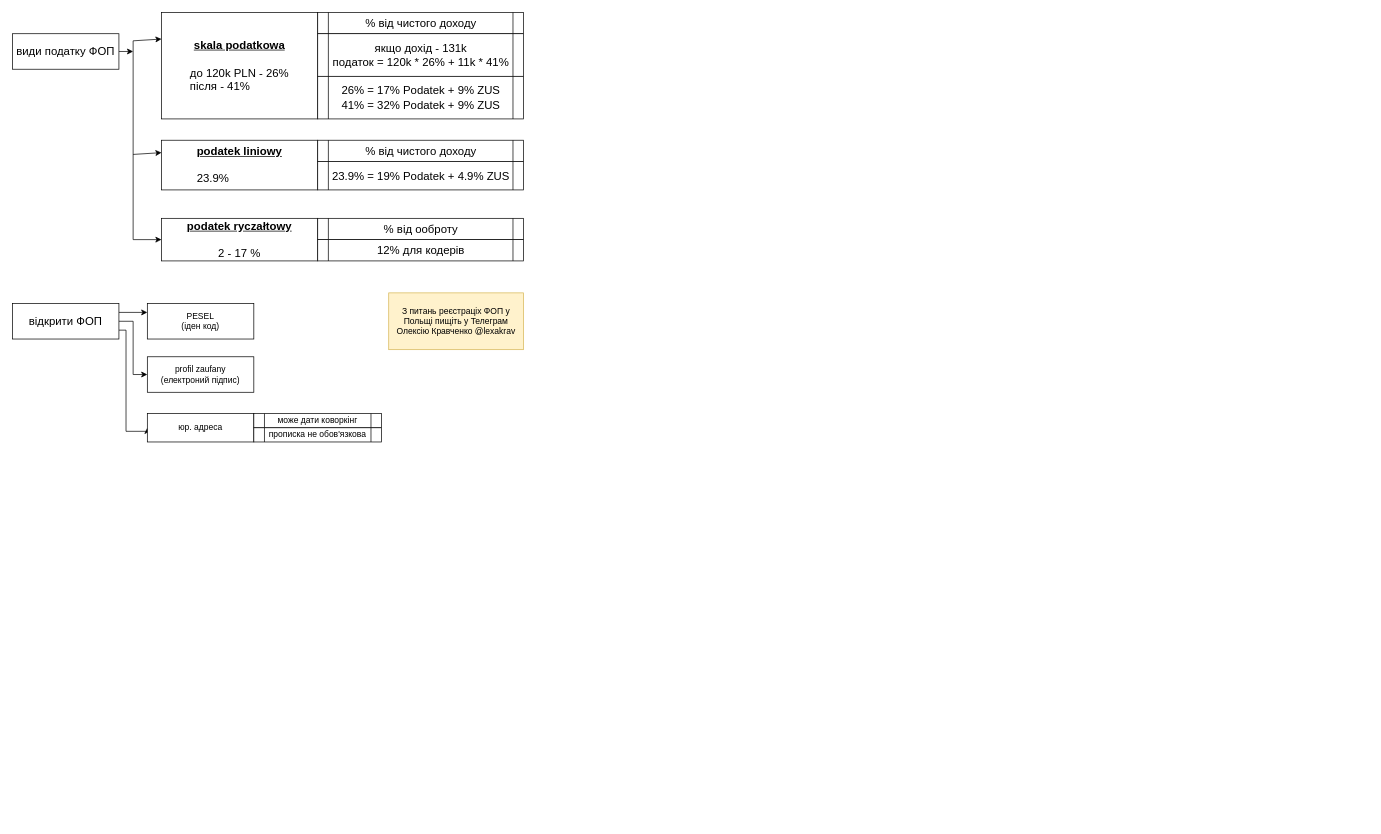
Earlier version of the draw.io diagram Untitled Diagram.drawio (AndreTeros/polish). Source tidied: cells renumbered, new cells numbered last; positions are measured from the earlier drawing's top-left corner, leaving out a move shared by most shapes. Both pictures are drawn from the tidied source at 71%, with x=0, y=0 at pixel (12, 12).
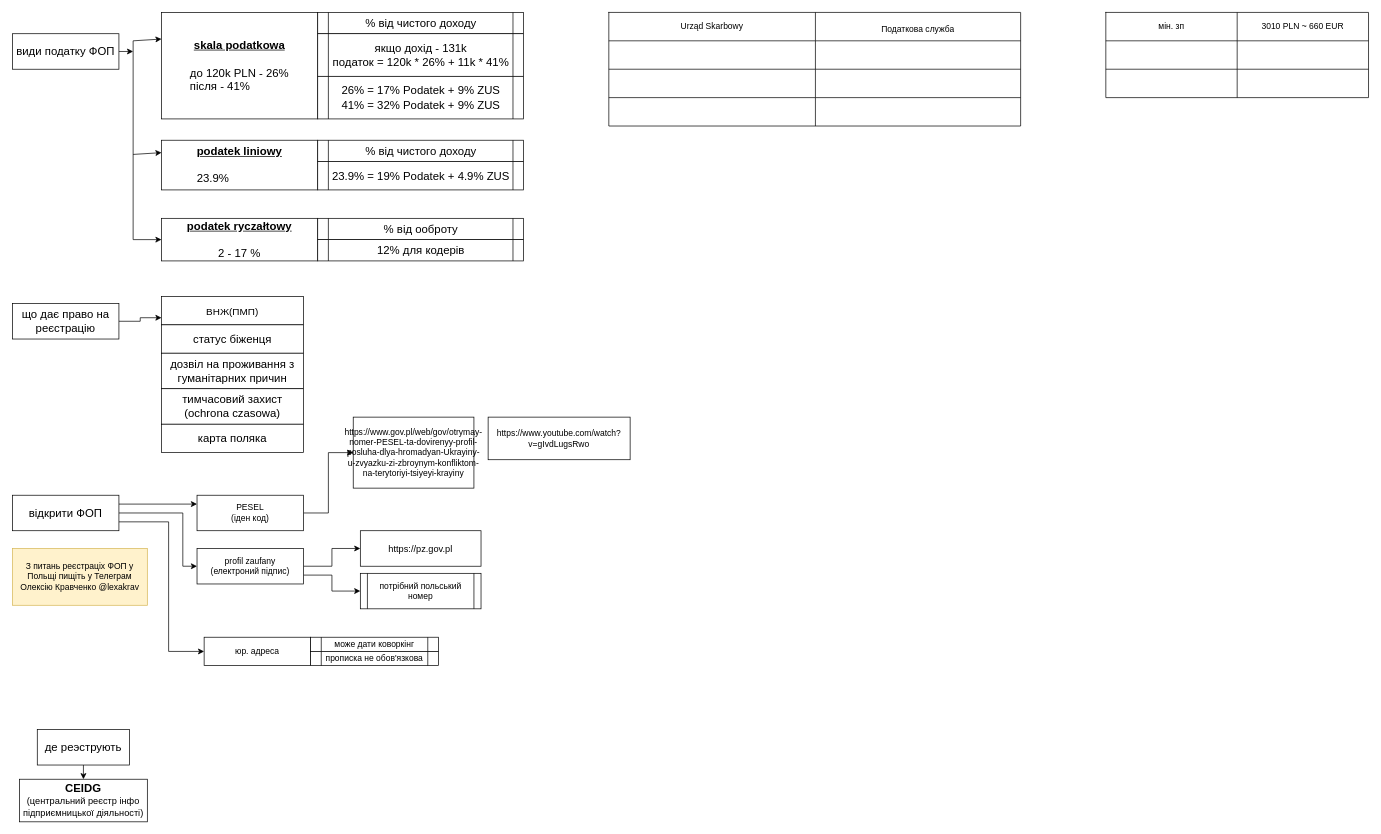
Above is the later version.

What changed in the source:
```diff
@@
     <mxCell id="19" style="edgeStyle=orthogonalEdgeStyle;rounded=0;jettySize=auto;html=1;exitX=1;exitY=0.5;exitDx=0;exitDy=0;entryX=0;entryY=0.5;entryDx=0;entryDy=0;" parent="1" edge="1" source="21" target="23">
-      <mxGeometry relative="1" as="geometry" />
+      <mxGeometry relative="1" as="geometry">
+        <Array as="points">
+          <mxPoint x="240" y="705" />
+          <mxPoint x="240" y="780" />
+        </Array>
+      </mxGeometry>
     </mxCell>
     <mxCell id="20" style="edgeStyle=orthogonalEdgeStyle;rounded=0;jettySize=auto;html=1;exitX=1;exitY=0.75;exitDx=0;exitDy=0;entryX=0;entryY=0.5;entryDx=0;entryDy=0;" parent="1" edge="1" source="21" target="24">
       <mxGeometry relative="1" as="geometry">
         <Array as="points">
-          <mxPoint x="160" y="448" />
-          <mxPoint x="160" y="590" />
+          <mxPoint x="220" y="718" />
+          <mxPoint x="220" y="900" />
         </Array>
       </mxGeometry>
     </mxCell>
     <mxCell id="21" value="&lt;div&gt;&lt;font style=&quot;font-size: 16px;&quot;&gt;відкрити ФОП&lt;/font&gt;&lt;/div&gt;" style="rounded=0;whiteSpace=wrap;html=1;" parent="1" vertex="1">
-      <mxGeometry y="410" width="150" height="50" as="geometry" />
+      <mxGeometry y="680" width="150" height="50" as="geometry" />
     </mxCell>
+    <mxCell id="28" style="edgeStyle=orthogonalEdgeStyle;rounded=0;jettySize=auto;html=1;exitX=1;exitY=0.5;exitDx=0;exitDy=0;entryX=0;entryY=0.5;entryDx=0;entryDy=0;" parent="1" edge="1" source="22" target="65">
+      <mxGeometry relative="1" as="geometry" />
+    </mxCell>
     <mxCell id="22" value="&lt;div&gt;PESEL&lt;/div&gt;(іден код)" style="rounded=0;whiteSpace=wrap;html=1;" parent="1" vertex="1">
-      <mxGeometry x="190" y="410" width="150" height="50" as="geometry" />
+      <mxGeometry x="260" y="680" width="150" height="50" as="geometry" />
     </mxCell>
+    <mxCell id="29" style="edgeStyle=orthogonalEdgeStyle;rounded=0;jettySize=auto;html=1;exitX=1;exitY=0.5;exitDx=0;exitDy=0;entryX=0;entryY=0.5;entryDx=0;entryDy=0;" parent="1" edge="1" source="23" target="34">
+      <mxGeometry relative="1" as="geometry" />
+    </mxCell>
+    <mxCell id="30" style="edgeStyle=orthogonalEdgeStyle;rounded=0;jettySize=auto;html=1;exitX=1;exitY=0.75;exitDx=0;exitDy=0;entryX=0;entryY=0.5;entryDx=0;entryDy=0;" parent="1" edge="1" source="23" target="67">
+      <mxGeometry relative="1" as="geometry" />
+    </mxCell>
     <mxCell id="23" value="&lt;div&gt;profil zaufany&lt;/div&gt;(електроний підпис)" style="rounded=0;whiteSpace=wrap;html=1;" parent="1" vertex="1">
-      <mxGeometry x="190" y="485" width="150" height="50" as="geometry" />
+      <mxGeometry x="260" y="755" width="150" height="50" as="geometry" />
     </mxCell>
     <mxCell id="24" value="юр. адреса" style="rounded=0;whiteSpace=wrap;html=1;" parent="1" vertex="1">
-      <mxGeometry x="190" y="565" width="150" height="40" as="geometry" />
+      <mxGeometry x="270" y="880" width="150" height="40" as="geometry" />
     </mxCell>
     <mxCell id="25" value="може дати коворкінг" style="shape=process;whiteSpace=wrap;html=1;backgroundOutline=1;size=0.08333333333333333;" parent="1" vertex="1">
-      <mxGeometry x="340" y="565" width="180" height="20" as="geometry" />
+      <mxGeometry x="420" y="880" width="180" height="20" as="geometry" />
     </mxCell>
     <mxCell id="26" value="прописка не обов'язкова" style="shape=process;whiteSpace=wrap;html=1;backgroundOutline=1;size=0.08333333333333333;" parent="1" vertex="1">
-      <mxGeometry x="340" y="585" width="180" height="20" as="geometry" />
+      <mxGeometry x="420" y="900" width="180" height="20" as="geometry" />
     </mxCell>
     <mxCell id="27" value="&lt;span class=&quot;style-scope yt-formatted-string&quot; dir=&quot;auto&quot;&gt;З питань реєстраціх ФОП у Польщі пищіть у Телеграм Олексію Кравченко @lexakrav&lt;/span&gt;" style="rounded=0;whiteSpace=wrap;html=1;fillColor=#fff2cc;strokeColor=#d6b656;" parent="1" vertex="1">
-      <mxGeometry x="530" y="395" width="190" height="80" as="geometry" />
+      <mxGeometry y="755" width="190" height="80" as="geometry" />
     </mxCell>
+    <mxCell id="31" style="edgeStyle=orthogonalEdgeStyle;rounded=0;jettySize=auto;html=1;exitX=0.5;exitY=1;exitDx=0;exitDy=0;entryX=0.5;entryY=0;entryDx=0;entryDy=0;fontSize=13;" parent="1" edge="1" source="32" target="33">
+      <mxGeometry relative="1" as="geometry" />
+    </mxCell>
+    <mxCell id="32" value="&lt;div&gt;&lt;font style=&quot;font-size: 16px;&quot;&gt;де реэструють&lt;br&gt;&lt;/font&gt;&lt;/div&gt;" style="rounded=0;whiteSpace=wrap;html=1;" parent="1" vertex="1">
+      <mxGeometry x="35" y="1010" width="130" height="50" as="geometry" />
+    </mxCell>
+    <mxCell id="33" value="&lt;div&gt;&lt;b&gt;&lt;font style=&quot;font-size: 16px;&quot;&gt;CEIDG&lt;/font&gt;&lt;/b&gt;&lt;/div&gt;&lt;div style=&quot;font-size: 13px;&quot;&gt;&lt;font style=&quot;font-size: 13px;&quot;&gt;(центральний реєстр інфо підприємницької діяльності)&lt;/font&gt;&lt;b&gt;&lt;font style=&quot;font-size: 16px;&quot;&gt;&lt;br&gt;&lt;/font&gt;&lt;/b&gt;&lt;/div&gt;" style="rounded=0;whiteSpace=wrap;html=1;fontSize=14;" parent="1" vertex="1">
+      <mxGeometry x="10" y="1080" width="180" height="60" as="geometry" />
+    </mxCell>
+    <mxCell id="34" value="https://pz.gov.pl" style="rounded=0;whiteSpace=wrap;html=1;fontSize=13;" parent="1" vertex="1">
+      <mxGeometry x="490" y="730" width="170" height="50" as="geometry" />
+    </mxCell>
+    <mxCell id="35" style="shape=table;html=1;whiteSpace=wrap;startSize=0;childLayout=tableLayout;" parent="1" vertex="1">
+      <mxGeometry x="840" width="580" height="160" as="geometry" />
+    </mxCell>
+    <mxCell id="36" style="shape=tableRow;horizontal=0;startSize=0;swimlaneHead=0;swimlaneBody=0;top=0;left=0;bottom=0;right=0;fillColor=none;" parent="35" vertex="1">
+      <mxGeometry width="580" height="40" as="geometry" />
+    </mxCell>
+    <mxCell id="37" value="Urząd Skarbowy" style="shape=partialRectangle;html=1;whiteSpace=wrap;fillColor=none;top=0;left=0;bottom=0;right=0;overflow=hidden;" parent="36" vertex="1">
+      <mxGeometry width="291" height="40" as="geometry" />
+    </mxCell>
+    <mxCell id="38" value="&lt;br&gt;&lt;div&gt;&lt;span class=&quot;VIiyi&quot; lang=&quot;uk&quot;&gt;&lt;span class=&quot;JLqJ4b ChMk0b&quot;&gt;&lt;span class=&quot;Q4iAWc&quot;&gt;Податкова&lt;/span&gt;&lt;/span&gt;&lt;/span&gt; служба&lt;/div&gt;&lt;div&gt;&lt;br&gt;&lt;/div&gt;" style="shape=partialRectangle;html=1;whiteSpace=wrap;fillColor=none;top=0;left=0;bottom=0;right=0;overflow=hidden;" parent="36" vertex="1">
+      <mxGeometry x="291" width="289" height="40" as="geometry" />
+    </mxCell>
+    <mxCell id="39" style="shape=tableRow;horizontal=0;startSize=0;swimlaneHead=0;swimlaneBody=0;top=0;left=0;bottom=0;right=0;fillColor=none;" parent="35" vertex="1">
+      <mxGeometry y="40" width="580" height="40" as="geometry" />
+    </mxCell>
+    <mxCell id="40" style="shape=partialRectangle;html=1;whiteSpace=wrap;fillColor=none;top=0;left=0;bottom=0;right=0;overflow=hidden;" parent="39" vertex="1">
+      <mxGeometry width="291" height="40" as="geometry" />
+    </mxCell>
+    <mxCell id="41" style="shape=partialRectangle;html=1;whiteSpace=wrap;fillColor=none;top=0;left=0;bottom=0;right=0;overflow=hidden;" parent="39" vertex="1">
+      <mxGeometry x="291" width="289" height="40" as="geometry" />
+    </mxCell>
+    <mxCell id="42" style="shape=tableRow;horizontal=0;startSize=0;swimlaneHead=0;swimlaneBody=0;top=0;left=0;bottom=0;right=0;fillColor=none;" parent="35" vertex="1">
+      <mxGeometry y="80" width="580" height="40" as="geometry" />
+    </mxCell>
+    <mxCell id="43" style="shape=partialRectangle;html=1;whiteSpace=wrap;fillColor=none;top=0;left=0;bottom=0;right=0;overflow=hidden;" parent="42" vertex="1">
+      <mxGeometry width="291" height="40" as="geometry" />
+    </mxCell>
+    <mxCell id="44" style="shape=partialRectangle;html=1;whiteSpace=wrap;fillColor=none;top=0;left=0;bottom=0;right=0;overflow=hidden;" parent="42" vertex="1">
+      <mxGeometry x="291" width="289" height="40" as="geometry" />
+    </mxCell>
+    <mxCell id="45" style="shape=tableRow;horizontal=0;startSize=0;swimlaneHead=0;swimlaneBody=0;top=0;left=0;bottom=0;right=0;fillColor=none;" parent="35" vertex="1">
+      <mxGeometry y="120" width="580" height="40" as="geometry" />
+    </mxCell>
+    <mxCell id="46" style="shape=partialRectangle;html=1;whiteSpace=wrap;fillColor=none;top=0;left=0;bottom=0;right=0;overflow=hidden;" parent="45" vertex="1">
+      <mxGeometry width="291" height="40" as="geometry" />
+    </mxCell>
+    <mxCell id="47" style="shape=partialRectangle;html=1;whiteSpace=wrap;fillColor=none;top=0;left=0;bottom=0;right=0;overflow=hidden;" parent="45" vertex="1">
+      <mxGeometry x="291" width="289" height="40" as="geometry" />
+    </mxCell>
+    <mxCell id="48" style="shape=table;html=1;whiteSpace=wrap;startSize=0;childLayout=tableLayout;" parent="1" vertex="1">
+      <mxGeometry x="1540" width="370" height="120" as="geometry" />
+    </mxCell>
+    <mxCell id="49" style="shape=tableRow;horizontal=0;startSize=0;swimlaneHead=0;swimlaneBody=0;top=0;left=0;bottom=0;right=0;fillColor=none;" parent="48" vertex="1">
+      <mxGeometry width="370" height="40" as="geometry" />
+    </mxCell>
+    <mxCell id="50" value="мін. зп" style="shape=partialRectangle;html=1;whiteSpace=wrap;fillColor=none;top=0;left=0;bottom=0;right=0;overflow=hidden;" parent="49" vertex="1">
+      <mxGeometry width="185" height="40" as="geometry" />
+    </mxCell>
+    <mxCell id="51" value="3010 PLN ~ 660 EUR" style="shape=partialRectangle;html=1;whiteSpace=wrap;fillColor=none;top=0;left=0;bottom=0;right=0;overflow=hidden;" parent="49" vertex="1">
+      <mxGeometry x="185" width="185" height="40" as="geometry" />
+    </mxCell>
+    <mxCell id="52" style="shape=tableRow;horizontal=0;startSize=0;swimlaneHead=0;swimlaneBody=0;top=0;left=0;bottom=0;right=0;fillColor=none;" parent="48" vertex="1">
+      <mxGeometry y="40" width="370" height="40" as="geometry" />
+    </mxCell>
+    <mxCell id="53" style="shape=partialRectangle;html=1;whiteSpace=wrap;fillColor=none;top=0;left=0;bottom=0;right=0;overflow=hidden;" parent="52" vertex="1">
+      <mxGeometry width="185" height="40" as="geometry" />
+    </mxCell>
+    <mxCell id="54" style="shape=partialRectangle;html=1;whiteSpace=wrap;fillColor=none;top=0;left=0;bottom=0;right=0;overflow=hidden;" parent="52" vertex="1">
+      <mxGeometry x="185" width="185" height="40" as="geometry" />
+    </mxCell>
+    <mxCell id="55" style="shape=tableRow;horizontal=0;startSize=0;swimlaneHead=0;swimlaneBody=0;top=0;left=0;bottom=0;right=0;fillColor=none;" parent="48" vertex="1">
+      <mxGeometry y="80" width="370" height="40" as="geometry" />
+    </mxCell>
+    <mxCell id="56" style="shape=partialRectangle;html=1;whiteSpace=wrap;fillColor=none;top=0;left=0;bottom=0;right=0;overflow=hidden;" parent="55" vertex="1">
+      <mxGeometry width="185" height="40" as="geometry" />
+    </mxCell>
+    <mxCell id="57" style="shape=partialRectangle;html=1;whiteSpace=wrap;fillColor=none;top=0;left=0;bottom=0;right=0;overflow=hidden;" parent="55" vertex="1">
+      <mxGeometry x="185" width="185" height="40" as="geometry" />
+    </mxCell>
+    <mxCell id="58" style="edgeStyle=orthogonalEdgeStyle;rounded=0;jettySize=auto;html=1;exitX=1;exitY=0.5;exitDx=0;exitDy=0;entryX=0;entryY=0.75;entryDx=0;entryDy=0;fontSize=14;" parent="1" edge="1" source="59" target="60">
+      <mxGeometry relative="1" as="geometry" />
+    </mxCell>
+    <mxCell id="59" value="&lt;font style=&quot;font-size: 16px;&quot;&gt;що дає право на реєстрацію&lt;br&gt;&lt;/font&gt;" style="rounded=0;whiteSpace=wrap;html=1;" parent="1" vertex="1">
+      <mxGeometry y="410" width="150" height="50" as="geometry" />
+    </mxCell>
+    <mxCell id="60" value="&lt;font style=&quot;font-size: 14px;&quot;&gt;ВНЖ(ПМП)&lt;/font&gt;" style="rounded=0;whiteSpace=wrap;html=1;fontSize=16;" parent="1" vertex="1">
+      <mxGeometry x="210" y="400" width="200" height="40" as="geometry" />
+    </mxCell>
+    <mxCell id="61" value="статус біженця" style="rounded=0;whiteSpace=wrap;html=1;fontSize=16;" parent="1" vertex="1">
+      <mxGeometry x="210" y="440" width="200" height="40" as="geometry" />
+    </mxCell>
+    <mxCell id="62" value="дозвіл на проживання з гуманітарних причин" style="rounded=0;whiteSpace=wrap;html=1;fontSize=16;" parent="1" vertex="1">
+      <mxGeometry x="210" y="480" width="200" height="50" as="geometry" />
+    </mxCell>
+    <mxCell id="63" value="&lt;div&gt;тимчасовий захист&lt;/div&gt;&lt;div&gt;(ochrona czasowa)&lt;br&gt;&lt;/div&gt;" style="rounded=0;whiteSpace=wrap;html=1;fontSize=16;" parent="1" vertex="1">
+      <mxGeometry x="210" y="530" width="200" height="50" as="geometry" />
+    </mxCell>
+    <mxCell id="64" value="карта поляка" style="rounded=0;whiteSpace=wrap;html=1;fontSize=16;" parent="1" vertex="1">
+      <mxGeometry x="210" y="580" width="200" height="40" as="geometry" />
+    </mxCell>
+    <mxCell id="65" value="https://www.gov.pl/web/gov/otrymay-nomer-PESEL-ta-dovirenyy-profil-posluha-dlya-hromadyan-Ukrayiny-u-zvyazku-zi-zbroynym-konfliktom-na-terytoriyi-tsiyeyi-krayiny" style="rounded=0;whiteSpace=wrap;html=1;" parent="1" vertex="1">
+      <mxGeometry x="480" y="570" width="170" height="100" as="geometry" />
+    </mxCell>
+    <mxCell id="66" value="https://www.youtube.com/watch?v=gIvdLugsRwo" style="rounded=0;whiteSpace=wrap;html=1;" parent="1" vertex="1">
+      <mxGeometry x="670" y="570" width="200" height="60" as="geometry" />
+    </mxCell>
+    <mxCell id="67" value="потрібний польський номер" style="shape=process;whiteSpace=wrap;html=1;backgroundOutline=1;size=0.058823529411764705;" parent="1" vertex="1">
+      <mxGeometry x="490" y="790" width="170" height="50" as="geometry" />
+    </mxCell>
```
